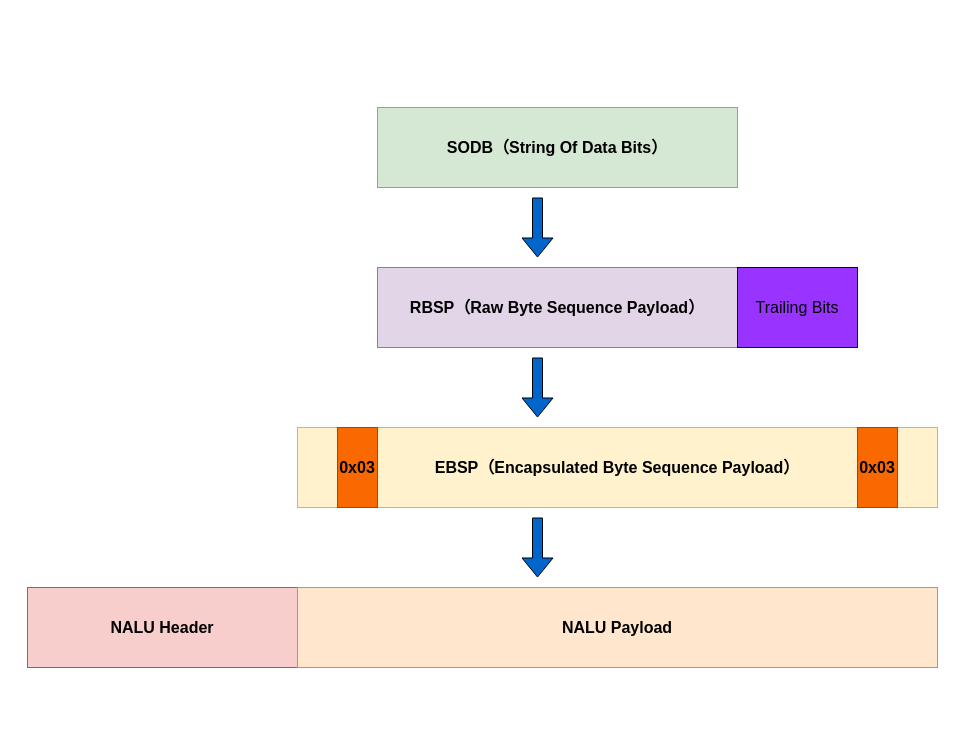
flcker/drawio keeps this draw.io diagram as nalu-payload.drawio. Above is the earlier version. Source tidied: cells renumbered, new cells numbered last; positions are measured from the earlier drawing's top-left corner, leaving out a move shared by most shapes. Both pictures are drawn from the tidied source at 100%, with x=0, y=0 at pixel (27, 107).
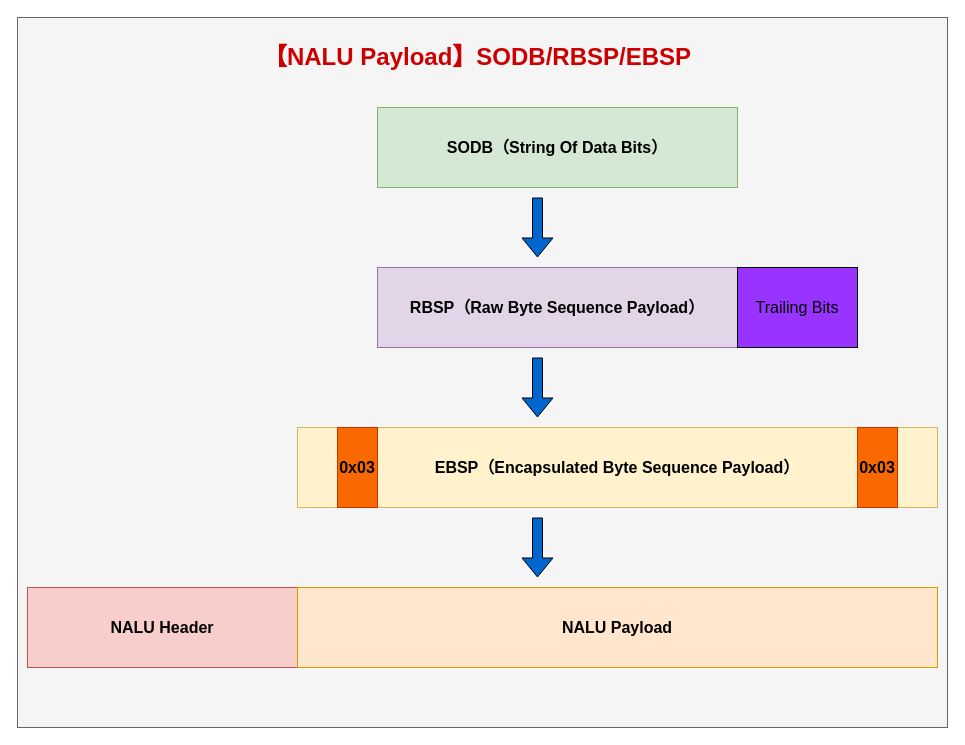
Above is the later version.

The edit, as a diff of the source:
```diff
@@
 <mxGraphModel>
   <root>
     <mxCell id="0" />
     <mxCell id="1" parent="0" />
+    <mxCell id="13" style="rounded=0;whiteSpace=wrap;html=1;fontSize=16;fillColor=#f5f5f5;fontColor=#333333;strokeColor=#666666;" parent="1" vertex="1">
+      <mxGeometry x="-10" y="-90" width="930" height="710" as="geometry" />
+    </mxCell>
     <mxCell id="2" value="NALU Header" style="rounded=0;whiteSpace=wrap;html=1;fillColor=#f8cecc;strokeColor=#b85450;fontSize=16;fontStyle=1;" parent="1" vertex="1">
       <mxGeometry y="480" width="270" height="80" as="geometry" />
     </mxCell>
     <mxCell id="3" value="NALU Payload" style="rounded=0;whiteSpace=wrap;html=1;fillColor=#ffe6cc;strokeColor=#d79b00;fontSize=16;fontStyle=1;" parent="1" vertex="1">
       <mxGeometry x="270" y="480" width="640" height="80" as="geometry" />
     </mxCell>
     <mxCell id="4" value="EBSP（Encapsulated Byte Sequence Payload）" style="rounded=0;whiteSpace=wrap;html=1;fontSize=16;fillColor=#fff2cc;strokeColor=#d6b656;fontStyle=1;" parent="1" vertex="1">
       <mxGeometry x="270" y="320" width="640" height="80" as="geometry" />
     </mxCell>
     <mxCell id="5" value="0x03" style="rounded=0;whiteSpace=wrap;html=1;fontSize=16;fontStyle=1;fillColor=#fa6800;fontColor=#000000;strokeColor=#C73500;" parent="1" vertex="1">
       <mxGeometry x="310" y="320" width="40" height="80" as="geometry" />
     </mxCell>
     <mxCell id="6" value="0x03" style="rounded=0;whiteSpace=wrap;html=1;fontSize=16;fillColor=#fa6800;fontColor=#000000;strokeColor=#C73500;fontStyle=1;" parent="1" vertex="1">
       <mxGeometry x="830" y="320" width="40" height="80" as="geometry" />
     </mxCell>
     <mxCell id="7" style="shape=flexArrow;endArrow=classic;html=1;rounded=0;fontSize=16;fillColor=#0066CC;" parent="1" edge="1">
       <mxGeometry relative="1" as="geometry">
         <mxPoint x="510" y="410" as="sourcePoint" />
         <mxPoint x="510" y="470" as="targetPoint" />
       </mxGeometry>
     </mxCell>
     <mxCell id="8" value="RBSP（Raw Byte Sequence Payload）" style="rounded=0;whiteSpace=wrap;html=1;fontSize=16;fillColor=#e1d5e7;strokeColor=#9673a6;fontStyle=1;" parent="1" vertex="1">
       <mxGeometry x="350" y="160" width="360" height="80" as="geometry" />
     </mxCell>
     <mxCell id="9" value="Trailing Bits" style="rounded=0;whiteSpace=wrap;html=1;fontSize=16;fillColor=#9933FF;" parent="1" vertex="1">
       <mxGeometry x="710" y="160" width="120" height="80" as="geometry" />
     </mxCell>
     <mxCell id="10" value="SODB（String Of Data Bits）" style="rounded=0;whiteSpace=wrap;html=1;fontSize=16;fillColor=#d5e8d4;strokeColor=#82b366;fontStyle=1;" parent="1" vertex="1">
       <mxGeometry x="350" width="360" height="80" as="geometry" />
     </mxCell>
     <mxCell id="11" style="shape=flexArrow;endArrow=classic;html=1;rounded=0;fontSize=16;fillColor=#0066CC;" parent="1" edge="1">
       <mxGeometry relative="1" as="geometry">
         <mxPoint x="510" y="250" as="sourcePoint" />
         <mxPoint x="510" y="310" as="targetPoint" />
       </mxGeometry>
     </mxCell>
     <mxCell id="12" style="shape=flexArrow;endArrow=classic;html=1;rounded=0;fontSize=16;fillColor=#0066CC;" parent="1" edge="1">
       <mxGeometry relative="1" as="geometry">
         <mxPoint x="510" y="90" as="sourcePoint" />
         <mxPoint x="510" y="150" as="targetPoint" />
       </mxGeometry>
     </mxCell>
+    <mxCell id="14" value="【NALU Payload】SODB/RBSP/EBSP" style="text;html=1;strokeColor=none;fillColor=none;align=center;verticalAlign=middle;whiteSpace=wrap;rounded=0;fontSize=24;fontStyle=1;fontColor=#CC0000;" parent="1" vertex="1">
+      <mxGeometry x="210" y="-80" width="480" height="60" as="geometry" />
+    </mxCell>
   </root>
 </mxGraphModel>
```
